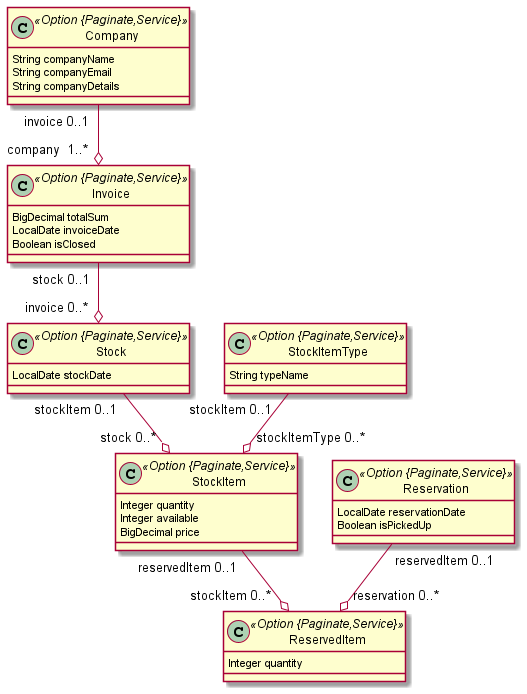
The PlantUML diagram jdl/jhipster-jdlv4.png in softalaRyhma2/SR2, before a commit.
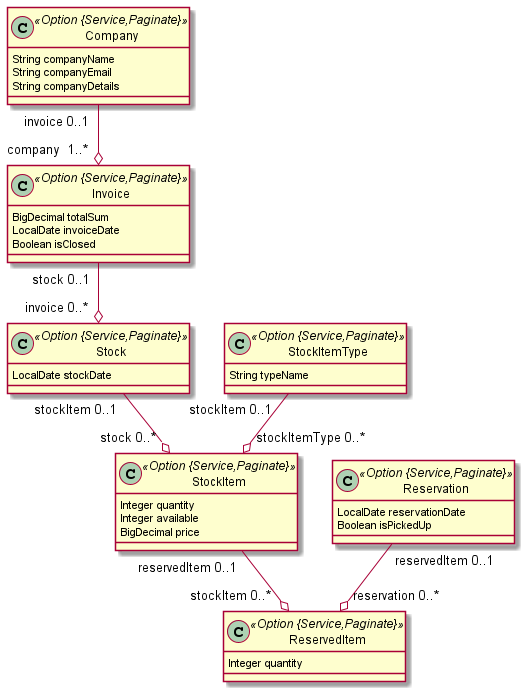
The same diagram one commit later.

Commit message:
stock-stockitems testing

The edit, as a diff of the source:
```diff
@@ -1,31 +1,31 @@
 @startuml
 	!pragma syntax class
-	class Company <<Option {Paginate,Service}>> {
+	class Company <<Option {Service,Paginate}>> {
 		String companyName
 		String companyEmail
 		String companyDetails
 	}
-	class Invoice <<Option {Paginate,Service}>> {
+	class Invoice <<Option {Service,Paginate}>> {
 		BigDecimal totalSum
 		LocalDate invoiceDate
 		Boolean isClosed
 	}
-	class Stock <<Option {Paginate,Service}>> {
+	class Stock <<Option {Service,Paginate}>> {
 		LocalDate stockDate
 	}
-	class StockItem <<Option {Paginate,Service}>> {
+	class StockItem <<Option {Service,Paginate}>> {
 		Integer quantity
 		Integer available
 		BigDecimal price
 	}
-	class StockItemType <<Option {Paginate,Service}>> {
+	class StockItemType <<Option {Service,Paginate}>> {
 		String typeName
 	}
-	class Reservation <<Option {Paginate,Service}>> {
+	class Reservation <<Option {Service,Paginate}>> {
 		LocalDate reservationDate
 		Boolean isPickedUp
 	}
-	class ReservedItem <<Option {Paginate,Service}>> {
+	class ReservedItem <<Option {Service,Paginate}>> {
 		Integer quantity
 	}
 	Company  "invoice 0..1 " --o "company  1..* "  Invoice
```
